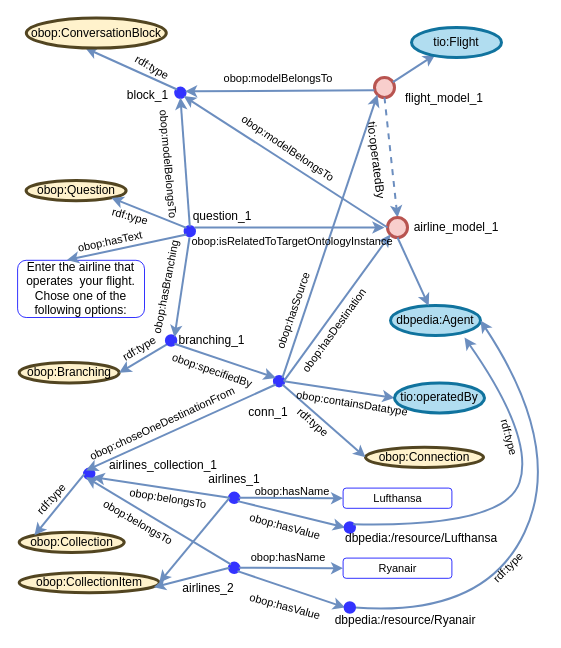
petkorutesic/chatbots_KGSWC-2023 keeps this draw.io diagram as img/branching_schema.drawio. Above is the earlier version. Source tidied: cells renumbered, new cells numbered last; positions are measured from the earlier drawing's top-left corner, leaving out a move shared by most shapes. Both pictures are drawn from the tidied source at 100%, with x=0, y=0 at pixel (17, 18).
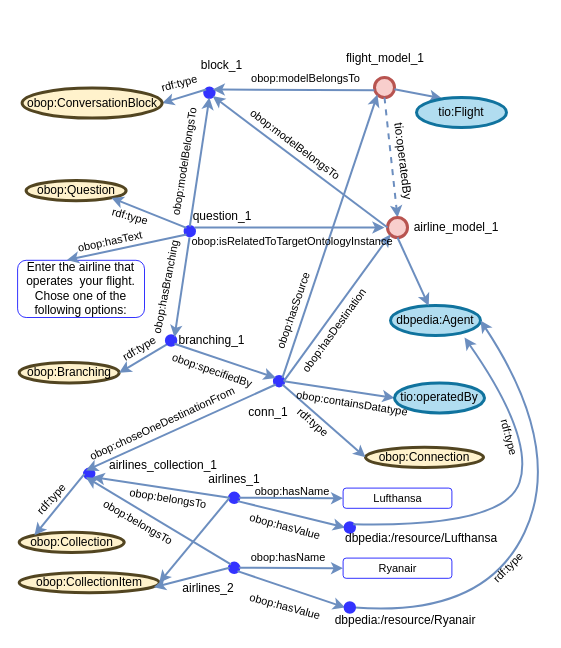
Above is the later version.

The change refers to these unchanged cells:
```xml
<mxCell id="2" style="ellipse;whiteSpace=wrap;html=1;strokeWidth=3;fillColor=#f8cecc;strokeColor=#b85450;" parent="1" vertex="1">
  <mxGeometry x="357" y="59" width="20" height="20" as="geometry" />
</mxCell>
```

What changed in the source:
```diff
@@
-    <mxCell id="3" style="endArrow=classic;html=1;rounded=0;strokeWidth=2;fillColor=#dae8fc;strokeColor=#6c8ebf;entryX=0.263;entryY=0.905;entryDx=0;entryDy=0;entryPerimeter=0;" parent="1" edge="1" source="2" target="10">
+    <mxCell id="3" style="endArrow=classic;html=1;rounded=0;strokeWidth=2;fillColor=#dae8fc;strokeColor=#6c8ebf;entryX=0.281;entryY=0.024;entryDx=0;entryDy=0;entryPerimeter=0;" parent="1" edge="1" source="2" target="10">
       <mxGeometry relative="1" as="geometry" />
     </mxCell>
     <mxCell id="4" value="flight_model_1" style="text;html=1;strokeColor=none;fillColor=none;align=center;verticalAlign=middle;whiteSpace=wrap;rounded=0;strokeWidth=3;" parent="1" vertex="1">
-      <mxGeometry x="387" y="69.6" width="80" height="20" as="geometry" />
+      <mxGeometry x="327.6" y="29.6" width="80" height="20" as="geometry" />
     </mxCell>
@@
     <mxCell id="6" value="tio:operatedBy" style="text;html=1;strokeColor=none;fillColor=none;align=center;verticalAlign=middle;whiteSpace=wrap;rounded=0;strokeWidth=3;rotation=83;" parent="1" vertex="1">
-      <mxGeometry x="319" y="132" width="80" height="20" as="geometry" />
+      <mxGeometry x="346" y="133" width="80" height="20" as="geometry" />
     </mxCell>
     <mxCell id="7" value="obop:modelBelongsTo" style="text;html=1;strokeColor=none;fillColor=none;align=center;verticalAlign=middle;whiteSpace=wrap;rounded=0;strokeWidth=3;fontSize=11;" parent="1" vertex="1">
-      <mxGeometry x="221" y="49.6" width="80" height="20" as="geometry" />
+      <mxGeometry x="231" y="49.6" width="115" height="20" as="geometry" />
     </mxCell>
     <mxCell id="8" style="ellipse;whiteSpace=wrap;html=1;strokeWidth=3;fillColor=#3333FF;strokeColor=#3333FF;" parent="1" vertex="1">
-      <mxGeometry x="158.2" y="69.6" width="9.4" height="9.4" as="geometry" />
+      <mxGeometry x="187.2" y="69.6" width="9.4" height="9.4" as="geometry" />
     </mxCell>
-    <mxCell id="9" style="endArrow=none;html=1;rounded=0;strokeWidth=2;fillColor=#dae8fc;strokeColor=#6c8ebf;exitX=0.993;exitY=0.339;exitDx=0;exitDy=0;entryX=-0.006;entryY=0.635;entryDx=0;entryDy=0;entryPerimeter=0;exitPerimeter=0;startArrow=classic;startFill=1;endFill=0;" parent="1" edge="1" source="8" target="2">
+    <mxCell id="9" style="endArrow=none;html=1;rounded=0;strokeWidth=2;fillColor=#dae8fc;strokeColor=#6c8ebf;entryX=-0.006;entryY=0.635;entryDx=0;entryDy=0;entryPerimeter=0;startArrow=classic;startFill=1;endFill=0;exitX=1;exitY=0;exitDx=0;exitDy=0;" parent="1" edge="1" source="8" target="2">
       <mxGeometry relative="1" as="geometry" />
     </mxCell>
     <mxCell id="10" value="tio:Flight" style="ellipse;whiteSpace=wrap;html=1;strokeWidth=3;fillColor=#b1ddf0;strokeColor=#10739e;" parent="1" vertex="1">
-      <mxGeometry x="394" y="9" width="90" height="30" as="geometry" />
+      <mxGeometry x="399" y="79" width="90" height="30" as="geometry" />
     </mxCell>
-    <mxCell id="11" style="endArrow=classic;html=1;rounded=0;strokeWidth=2;fillColor=#dae8fc;strokeColor=#6c8ebf;entryX=0.422;entryY=1;entryDx=0;entryDy=0;exitX=0;exitY=0;exitDx=0;exitDy=0;entryPerimeter=0;" parent="1" edge="1" source="8" target="12">
+    <mxCell id="11" style="endArrow=classic;html=1;rounded=0;strokeWidth=2;fillColor=#dae8fc;strokeColor=#6c8ebf;entryX=1;entryY=0.5;entryDx=0;entryDy=0;exitX=0;exitY=0;exitDx=0;exitDy=0;" parent="1" edge="1" source="8" target="12">
       <mxGeometry relative="1" as="geometry" />
     </mxCell>
     <mxCell id="12" value="obop:ConversationBlock" style="ellipse;whiteSpace=wrap;html=1;strokeWidth=3;fillColor=#fff2cc;strokeColor=#524521;" parent="1" vertex="1">
-      <mxGeometry x="8.8" y="-0.4" width="140" height="30" as="geometry" />
+      <mxGeometry x="4.6" y="69.6" width="140" height="30" as="geometry" />
     </mxCell>
     <mxCell id="13" value="block_1" style="text;html=1;strokeColor=none;fillColor=none;align=center;verticalAlign=middle;whiteSpace=wrap;rounded=0;strokeWidth=3;rotation=0;" parent="1" vertex="1">
-      <mxGeometry x="108" y="69" width="45.3" height="15.6" as="geometry" />
+      <mxGeometry x="182.4" y="39" width="45.3" height="15.6" as="geometry" />
     </mxCell>
@@
-    <mxCell id="17" value="obop:modelBelongsTo" style="text;html=1;strokeColor=none;fillColor=none;align=center;verticalAlign=middle;whiteSpace=wrap;rounded=0;strokeWidth=3;fontSize=11;rotation=85;" parent="1" vertex="1">
-      <mxGeometry x="111.2" y="136" width="80" height="20" as="geometry" />
+    <mxCell id="17" value="obop:modelBelongsTo" style="text;html=1;strokeColor=none;fillColor=none;align=center;verticalAlign=middle;whiteSpace=wrap;rounded=0;strokeWidth=3;fontSize=11;rotation=279;" parent="1" vertex="1">
+      <mxGeometry x="127.2" y="133" width="80" height="20" as="geometry" />
     </mxCell>
@@
-    <mxCell id="19" value="rdf:type" style="text;html=1;strokeColor=none;fillColor=none;align=center;verticalAlign=middle;whiteSpace=wrap;rounded=0;strokeWidth=3;fontSize=11;rotation=30;" parent="1" vertex="1">
-      <mxGeometry x="95" y="39" width="80" height="20" as="geometry" />
+    <mxCell id="19" value="rdf:type" style="text;html=1;strokeColor=none;fillColor=none;align=center;verticalAlign=middle;whiteSpace=wrap;rounded=0;strokeWidth=3;fontSize=11;rotation=-15;" parent="1" vertex="1">
+      <mxGeometry x="137.6" y="54.6" width="48" height="20" as="geometry" />
     </mxCell>
@@
-    <mxCell id="23" value="obop:modelBelongsTo" style="text;html=1;strokeColor=none;fillColor=none;align=center;verticalAlign=middle;whiteSpace=wrap;rounded=0;strokeWidth=3;fontSize=11;rotation=34;" parent="1" vertex="1">
-      <mxGeometry x="231" y="119.6" width="80" height="20" as="geometry" />
+    <mxCell id="23" value="obop:modelBelongsTo" style="text;html=1;strokeColor=none;fillColor=none;align=center;verticalAlign=middle;whiteSpace=wrap;rounded=0;strokeWidth=3;fontSize=11;rotation=37;" parent="1" vertex="1">
+      <mxGeometry x="238" y="116" width="80" height="20" as="geometry" />
     </mxCell>
```
